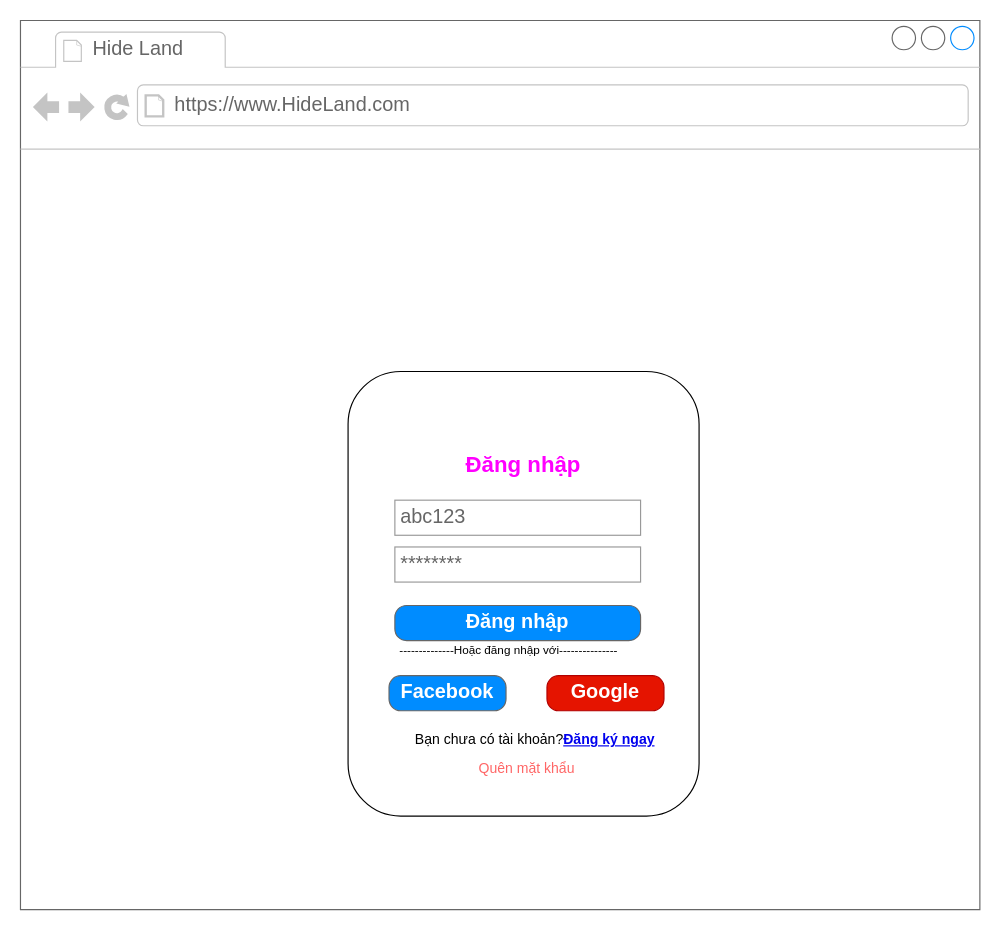
Earlier version of the draw.io diagram page "Page-1" (1 of 2) of Prototyes_trasua_2785.drawio (NgoAnhThanThien/thanthien123). Source tidied: cells renumbered, new cells numbered last; positions are measured from the earlier drawing's top-left corner, leaving out a move shared by most shapes. Both pictures are drawn from the tidied source at 117%, with x=0, y=0 at pixel (20, 20).
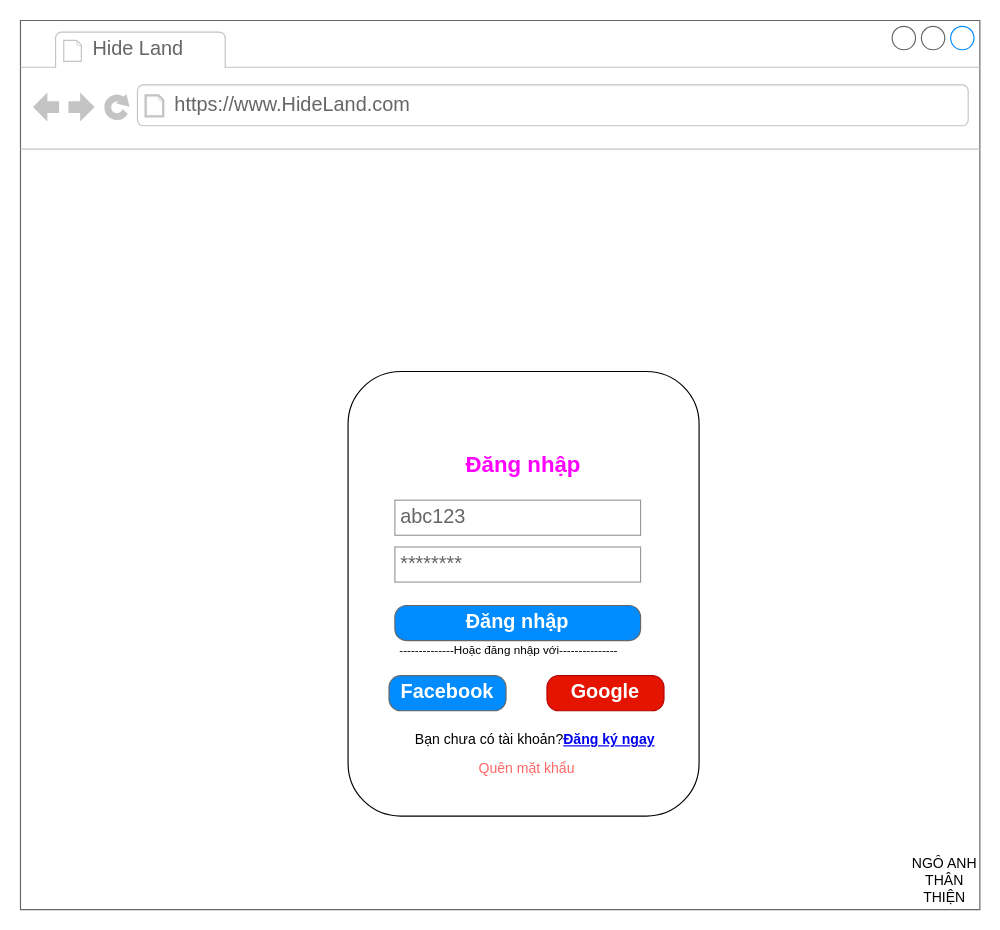
After the change.

Diff of the diagram source:
```diff
@@
 <mxGraphModel>
   <root>
     <mxCell id="0" />
     <mxCell id="1" parent="0" />
     <mxCell id="2" style="strokeWidth=1;shadow=0;dashed=0;align=center;html=1;shape=mxgraph.mockup.containers.browserWindow;rSize=0;strokeColor=#666666;strokeColor2=#008cff;strokeColor3=#c4c4c4;mainText=,;labelBackgroundColor=#E5CCFF;" parent="1" vertex="1">
       <mxGeometry width="820" height="760" as="geometry" />
     </mxCell>
     <mxCell id="3" value="Hide Land" style="strokeWidth=1;shadow=0;dashed=0;align=center;html=1;shape=mxgraph.mockup.containers.anchor;fontSize=17;fontColor=#666666;align=left;whiteSpace=wrap;" parent="2" vertex="1">
       <mxGeometry x="60" y="12" width="110" height="26" as="geometry" />
     </mxCell>
     <mxCell id="4" value="https://www.HideLand.com" style="strokeWidth=1;shadow=0;dashed=0;align=center;html=1;shape=mxgraph.mockup.containers.anchor;rSize=0;fontSize=17;fontColor=#666666;align=left;" parent="2" vertex="1">
       <mxGeometry x="130" y="60" width="250" height="26" as="geometry" />
     </mxCell>
     <mxCell id="5" style="rounded=1;whiteSpace=wrap;html=1;" parent="2" vertex="1">
       <mxGeometry x="280" y="300" width="300" height="380" as="geometry" />
     </mxCell>
+    <mxCell id="15" value="NGÔ ANH THÂN THIỆN" style="text;html=1;align=center;verticalAlign=middle;whiteSpace=wrap;rounded=0;" parent="2" vertex="1">
+      <mxGeometry x="760" y="720" width="60" height="30" as="geometry" />
+    </mxCell>
     <mxCell id="6" value="Đăng nhập" style="strokeWidth=1;shadow=0;dashed=0;align=center;html=1;shape=mxgraph.mockup.buttons.button;strokeColor=#666666;fontColor=#ffffff;mainText=;buttonStyle=round;fontSize=17;fontStyle=1;fillColor=#008cff;whiteSpace=wrap;" parent="1" vertex="1">
       <mxGeometry x="320" y="500" width="210" height="30" as="geometry" />
     </mxCell>
     <mxCell id="7" value="--------------Hoặc đăng nhập với---------------" style="text;html=1;align=center;verticalAlign=middle;whiteSpace=wrap;rounded=0;fontSize=10;" parent="1" vertex="1">
       <mxGeometry x="290" y="523" width="255" height="30" as="geometry" />
     </mxCell>
     <mxCell id="8" value="Facebook" style="strokeWidth=1;shadow=0;dashed=0;align=center;html=1;shape=mxgraph.mockup.buttons.button;strokeColor=#666666;fontColor=#ffffff;mainText=;buttonStyle=round;fontSize=17;fontStyle=1;fillColor=#008cff;whiteSpace=wrap;" parent="1" vertex="1">
       <mxGeometry x="315" y="560" width="100" height="30" as="geometry" />
     </mxCell>
     <mxCell id="9" value="Google" style="strokeWidth=1;shadow=0;dashed=0;align=center;html=1;shape=mxgraph.mockup.buttons.button;strokeColor=#B20000;mainText=;buttonStyle=round;fontSize=17;fontStyle=1;fillColor=#e51400;whiteSpace=wrap;fontColor=#ffffff;" parent="1" vertex="1">
       <mxGeometry x="450" y="560" width="100" height="30" as="geometry" />
     </mxCell>
     <mxCell id="10" value="********" style="strokeWidth=1;shadow=0;dashed=0;align=center;html=1;shape=mxgraph.mockup.forms.pwField;strokeColor=#999999;mainText=;align=left;fontColor=#666666;fontSize=17;spacingLeft=3;" parent="1" vertex="1">
       <mxGeometry x="320" y="450" width="210" height="30" as="geometry" />
     </mxCell>
     <mxCell id="11" value="abc123" style="strokeWidth=1;shadow=0;dashed=0;align=center;html=1;shape=mxgraph.mockup.forms.pwField;strokeColor=#999999;mainText=;align=left;fontColor=#666666;fontSize=17;spacingLeft=3;" parent="1" vertex="1">
       <mxGeometry x="320" y="410" width="210" height="30" as="geometry" />
     </mxCell>
     <mxCell id="12" value="Bạn chưa có tài khoản?&lt;a href=&quot;https://app.diagrams.net/#HNgoAnhThanThien%2Fthanthien123%2Fmain%2FPrototyes_trasua_2785.drawio#%7B%22pageId%22%3A%22wJlr5OTCxFn2WnX857zH%22%7D&quot;&gt;&lt;b&gt;&lt;font&gt;Đăng ký ngay&lt;/font&gt;&lt;/b&gt;&lt;/a&gt;" style="text;html=1;align=center;verticalAlign=middle;whiteSpace=wrap;rounded=0;" parent="1" vertex="1">
       <mxGeometry x="335" y="600" width="210" height="30" as="geometry" />
     </mxCell>
     <mxCell id="13" value="Quên mặt khẩu" style="text;html=1;align=center;verticalAlign=middle;whiteSpace=wrap;rounded=0;fontColor=#FF6666;" parent="1" vertex="1">
       <mxGeometry x="357.5" y="630" width="150" height="20" as="geometry" />
     </mxCell>
     <mxCell id="14" value="Đăng nhập" style="text;html=1;align=center;verticalAlign=middle;whiteSpace=wrap;rounded=0;fontSize=19;fontStyle=1;fontColor=#FF00FF;" parent="1" vertex="1">
       <mxGeometry x="345" y="355" width="170" height="50" as="geometry" />
     </mxCell>
   </root>
 </mxGraphModel>
```
